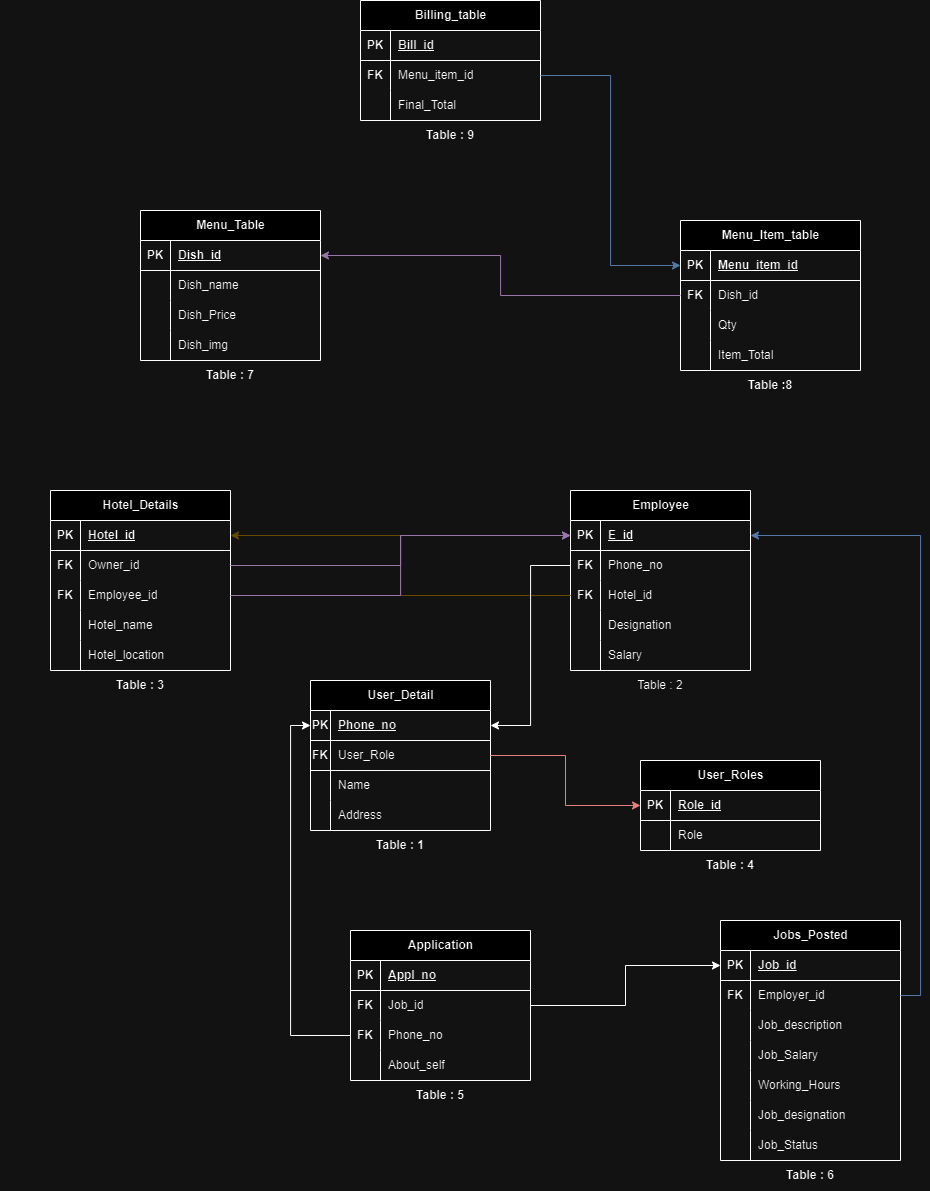
Above: docs/images/dbdesign.png in TableByte/DineConnect (draw.io), before the change. Source tidied: cells renumbered, new cells last; positions are measured from the earlier drawing's top-left corner, leaving out a move shared by most shapes.
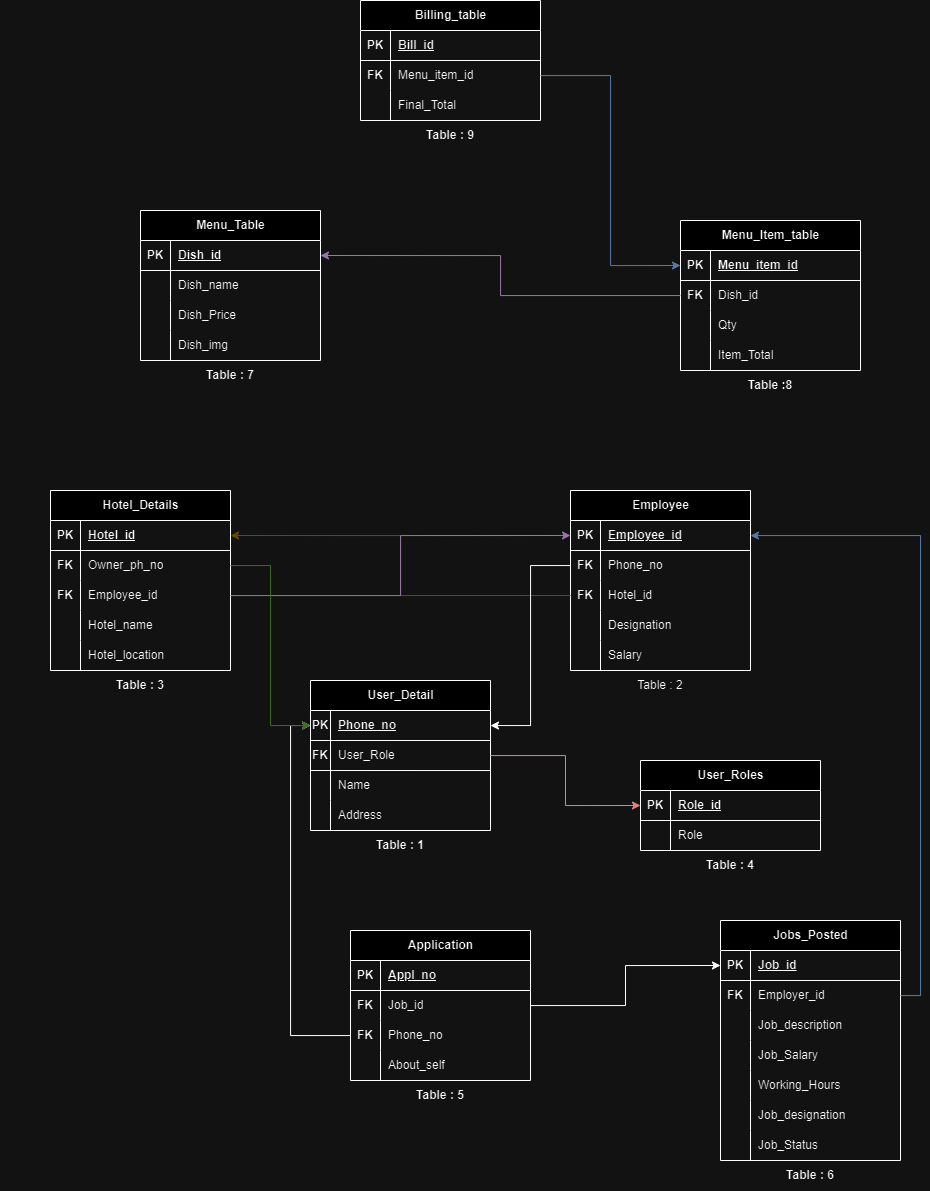
After the change.

Diff of the diagram source:
```diff
@@ -245,7 +245,7 @@
     <mxCell id="81" value="PK" style="shape=partialRectangle;fillColor=none;top=0;left=0;bottom=0;right=0;fontStyle=1;overflow=hidden;whiteSpace=wrap;html=1;" parent="80" vertex="1">
       <mxGeometry width="30" height="30" as="geometry" />
     </mxCell>
-    <mxCell id="82" value="E_id" style="shape=partialRectangle;fillColor=none;top=0;left=0;bottom=0;right=0;align=left;spacingLeft=6;fontStyle=5;overflow=hidden;whiteSpace=wrap;html=1;" parent="80" vertex="1">
+    <mxCell id="82" value="Employee_id" style="shape=partialRectangle;fillColor=none;top=0;left=0;bottom=0;right=0;align=left;spacingLeft=6;fontStyle=5;overflow=hidden;whiteSpace=wrap;html=1;" parent="80" vertex="1">
       <mxGeometry x="30" width="150" height="30" as="geometry" />
     </mxCell>
     <mxCell id="83" style="shape=tableRow;horizontal=0;startSize=0;swimlaneHead=0;swimlaneBody=0;fillColor=none;points=[[0,0.5],[1,0.5]];portConstraint=eastwest;top=0;left=0;right=0;bottom=0;" parent="79" vertex="1">
@@ -302,7 +302,7 @@
     <mxCell id="100" value="&lt;b&gt;FK&lt;/b&gt;" style="shape=partialRectangle;fillColor=none;top=0;left=0;bottom=0;right=0;overflow=hidden;whiteSpace=wrap;html=1;" parent="99" vertex="1">
       <mxGeometry width="30" height="30" as="geometry" />
     </mxCell>
-    <mxCell id="101" value="Owner_id" style="shape=partialRectangle;fillColor=none;top=0;left=0;bottom=0;right=0;align=left;spacingLeft=6;overflow=hidden;whiteSpace=wrap;html=1;" parent="99" vertex="1">
+    <mxCell id="101" value="Owner_ph_no" style="shape=partialRectangle;fillColor=none;top=0;left=0;bottom=0;right=0;align=left;spacingLeft=6;overflow=hidden;whiteSpace=wrap;html=1;" parent="99" vertex="1">
       <mxGeometry x="30" width="150" height="30" as="geometry" />
     </mxCell>
     <mxCell id="102" style="shape=tableRow;horizontal=0;startSize=0;swimlaneHead=0;swimlaneBody=0;fillColor=none;points=[[0,0.5],[1,0.5]];portConstraint=eastwest;top=0;left=0;right=0;bottom=0;" parent="95" vertex="1">
@@ -379,9 +379,6 @@
         </Array>
       </mxGeometry>
     </mxCell>
-    <mxCell id="125" style="edgeStyle=orthogonalEdgeStyle;rounded=0;jettySize=auto;html=1;entryX=0;entryY=0.5;entryDx=0;entryDy=0;fillColor=#e1d5e7;strokeColor=#9673a6;" parent="1" edge="1" source="99" target="80">
-      <mxGeometry relative="1" as="geometry" />
-    </mxCell>
     <mxCell id="126" value="Menu_Item_table" style="shape=table;startSize=30;rowLines=0;fontStyle=1;align=center;html=1;" parent="1" vertex="1">
       <mxGeometry x="680" y="220" width="180" height="150" as="geometry" />
     </mxCell>
@@ -454,5 +451,8 @@
     <mxCell id="149" value="&lt;b&gt;Table : 9&lt;/b&gt;" style="text;html=1;strokeColor=none;fillColor=none;align=center;verticalAlign=middle;whiteSpace=wrap;rounded=0;" parent="1" vertex="1">
       <mxGeometry x="360" y="120" width="180" height="30" as="geometry" />
     </mxCell>
+    <mxCell id="150" style="edgeStyle=orthogonalEdgeStyle;rounded=0;jettySize=auto;html=1;entryX=0;entryY=0.5;entryDx=0;entryDy=0;fillColor=#d5e8d4;strokeColor=#82b366;" parent="1" edge="1" source="99" target="3">
+      <mxGeometry relative="1" as="geometry" />
+    </mxCell>
   </root>
 </mxGraphModel>
```
